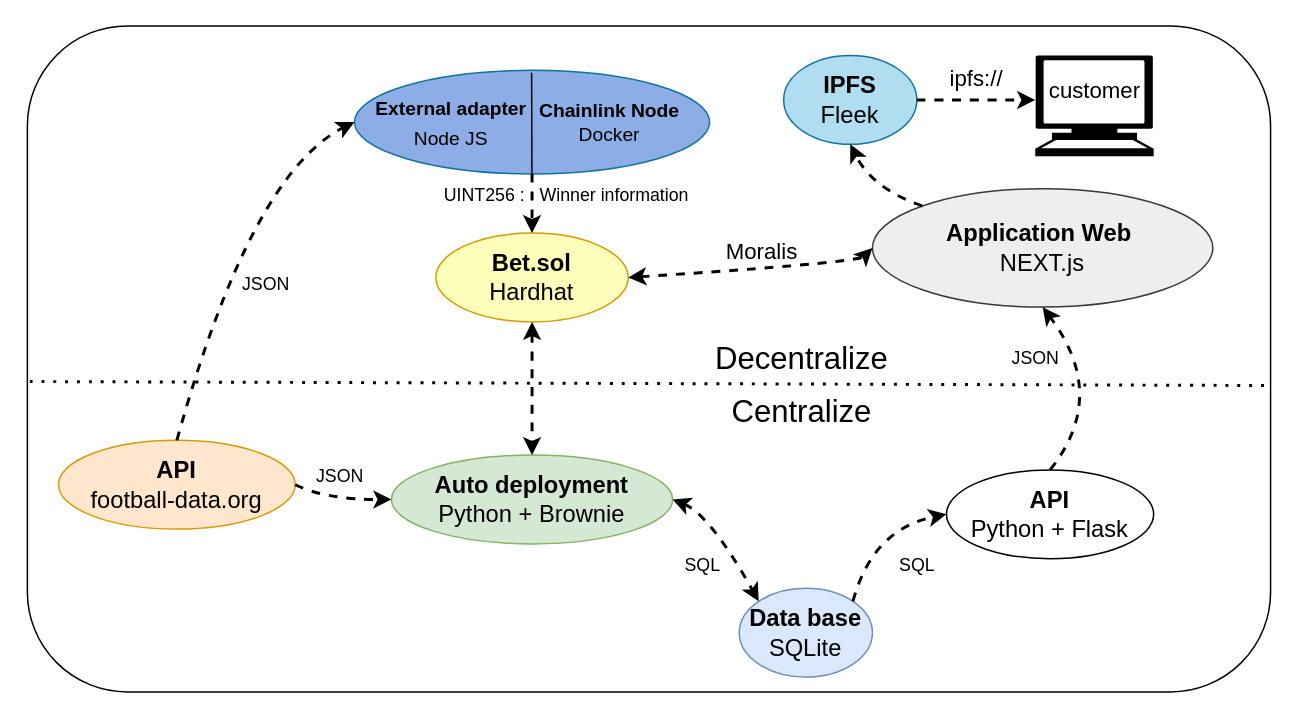
This is Annexes/footbet_shema.drawio from beirao/main-decentralize-foot-bet, a draw.io file, before an edit. Source tidied: cells renumbered, new cells numbered last; positions are measured from the earlier drawing's top-left corner, leaving out a move shared by most shapes. Both pictures are drawn from the tidied source at 148%, with x=0, y=0 at pixel (27, 25).
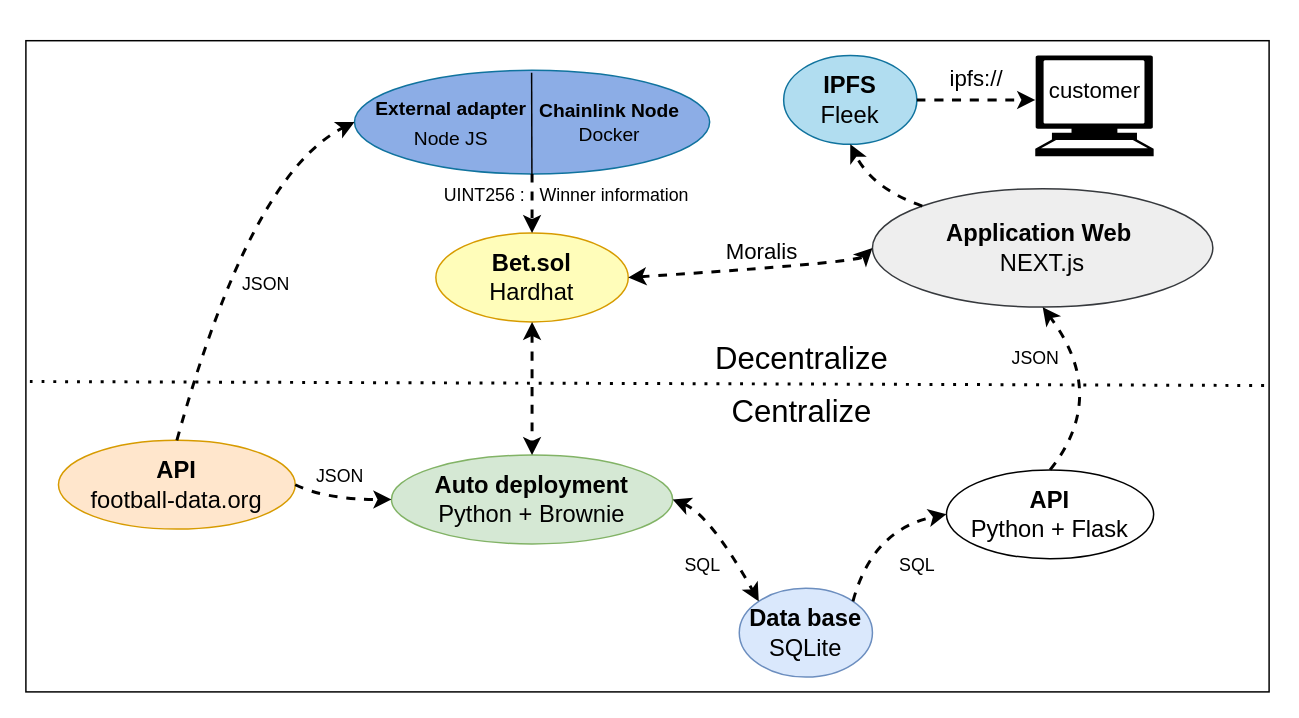
The same page after the edit.

The edit, as a diff of the source:
```diff
@@
-    <mxCell id="22" style="endArrow=none;dashed=1;html=1;dashPattern=1 3;strokeWidth=2;rounded=0;fontSize=12;startSize=14;endSize=14;curved=1;exitX=0.002;exitY=0.534;exitDx=0;exitDy=0;exitPerimeter=0;" parent="1" edge="1" source="36">
+    <mxCell id="22" style="endArrow=none;dashed=1;html=1;dashPattern=1 3;strokeWidth=2;rounded=0;fontSize=12;startSize=14;endSize=14;curved=1;exitX=0.002;exitY=0.534;exitDx=0;exitDy=0;exitPerimeter=0;" parent="1" edge="1">
       <mxGeometry relative="1" as="geometry">
+        <mxPoint x="1.7" y="240.3" as="sourcePoint" />
         <mxPoint x="841" y="243" as="targetPoint" />
       </mxGeometry>
     </mxCell>
@@
-    <mxCell id="36" style="rounded=1;whiteSpace=wrap;html=1;fontSize=15;fillColor=none;" parent="1" vertex="1">
-      <mxGeometry width="840" height="450" as="geometry" />
-    </mxCell>
+    <mxCell id="37" style="rounded=0;whiteSpace=wrap;html=1;fillColor=none;" parent="1" vertex="1">
+      <mxGeometry x="-1" y="10" width="840" height="440" as="geometry" />
+    </mxCell>
```
